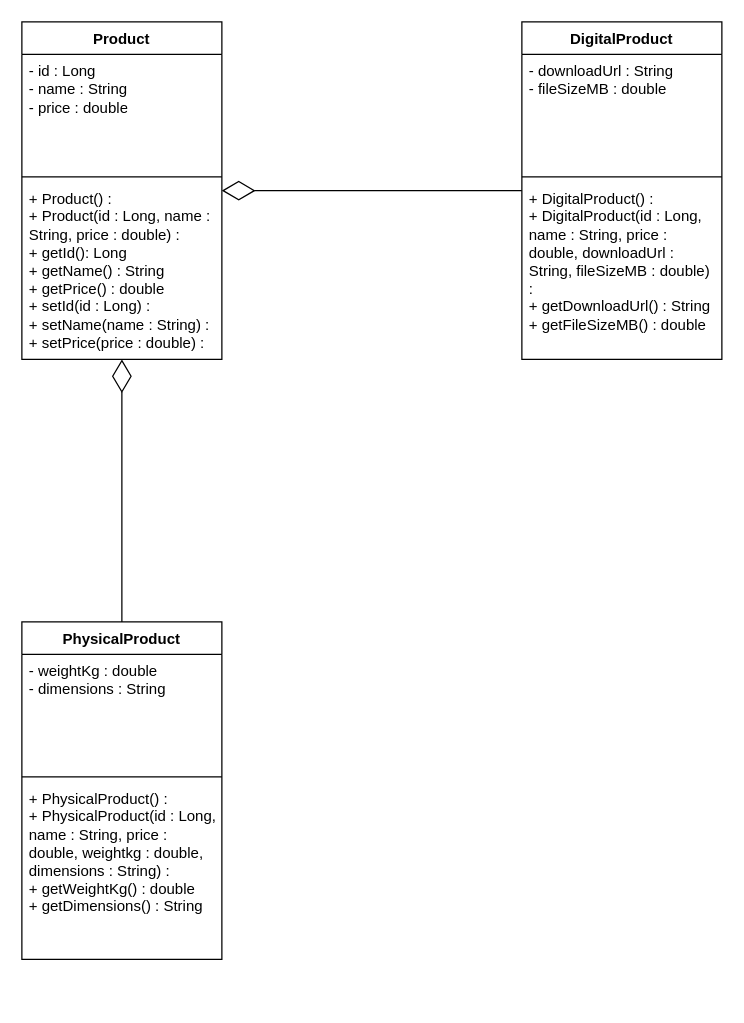
Earlier version of the draw.io diagram docs/uml/Product-Hierarchy.drawio (dnihs/oop-tutorials). Source tidied: cells renumbered, new cells numbered last; positions are measured from the earlier drawing's top-left corner, leaving out a move shared by most shapes. Both pictures are drawn from the tidied source at 125%, with x=0, y=0 at pixel (21, 21).
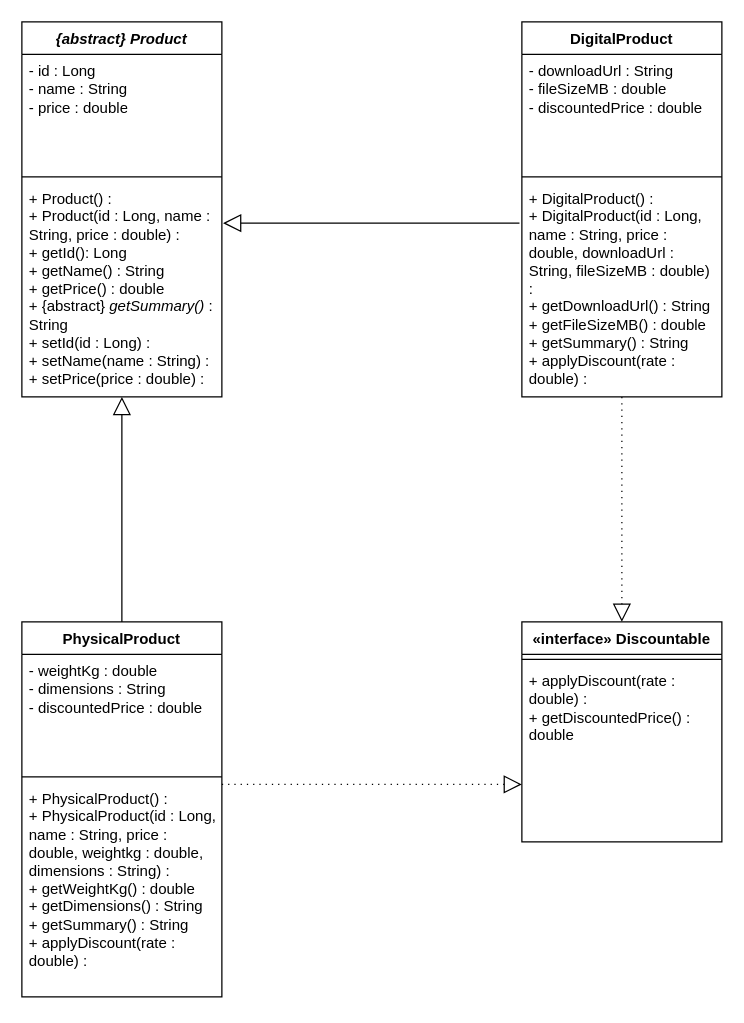
After the change.

Commit message:
Activity 6 - Update the UML Diagram and tutorial 5: polymorphism - getSummary override and Discountable interface completed

Diff of the diagram source:
```diff
@@
-    <mxCell id="2" value="Product" style="swimlane;fontStyle=1;align=center;verticalAlign=top;horizontal=1;startSize=26;whiteSpace=wrap;html=1;" parent="1" vertex="1">
-      <mxGeometry width="160" height="270" as="geometry" />
+    <mxCell id="2" value="&lt;i&gt;{abstract} Product&lt;/i&gt;" style="swimlane;fontStyle=1;align=center;verticalAlign=top;horizontal=1;startSize=26;whiteSpace=wrap;html=1;" parent="1" vertex="1">
+      <mxGeometry width="160" height="300" as="geometry" />
     </mxCell>
@@
-    <mxCell id="5" value="+ Product() :&lt;div&gt;+ Product(id : Long, name : String, price : double) :&lt;br&gt;&lt;div&gt;+ getId(): Long&lt;/div&gt;&lt;div&gt;+ getName() : String&amp;nbsp;&lt;/div&gt;&lt;div&gt;+ getPrice() : double&lt;/div&gt;&lt;/div&gt;&lt;div&gt;+ setId(id : Long) :&amp;nbsp;&lt;/div&gt;&lt;div&gt;+ setName(name : String) :&amp;nbsp;&lt;/div&gt;&lt;div&gt;+ setPrice(price : double) :&amp;nbsp;&lt;/div&gt;&lt;div&gt;&lt;/div&gt;&lt;div&gt;&lt;/div&gt;&lt;div&gt;&lt;/div&gt;&lt;div&gt;&lt;/div&gt;&lt;div&gt;&lt;/div&gt;&lt;div&gt;&lt;/div&gt;&lt;div&gt;&lt;/div&gt;&lt;div&gt;&lt;/div&gt;" style="text;strokeColor=none;fillColor=none;align=left;verticalAlign=top;spacingLeft=4;spacingRight=4;overflow=hidden;points=[[0,0.5],[1,0.5]];portConstraint=eastwest;whiteSpace=wrap;html=1;" parent="2" vertex="1">
-      <mxGeometry y="128" width="160" height="142" as="geometry" />
+    <mxCell id="5" value="+ Product() :&lt;div&gt;+ Product(id : Long, name : String, price : double) :&lt;br&gt;&lt;div&gt;+ getId(): Long&lt;/div&gt;&lt;div&gt;+ getName() : String&amp;nbsp;&lt;/div&gt;&lt;div&gt;+ getPrice() : double&lt;/div&gt;&lt;/div&gt;&lt;div&gt;+ {abstract} &lt;i&gt;getSummary()&lt;/i&gt; : String&lt;/div&gt;&lt;div&gt;+ setId(id : Long) :&amp;nbsp;&lt;/div&gt;&lt;div&gt;+ setName(name : String) :&amp;nbsp;&lt;/div&gt;&lt;div&gt;+ setPrice(price : double) :&amp;nbsp;&lt;/div&gt;&lt;div&gt;&lt;/div&gt;&lt;div&gt;&lt;/div&gt;&lt;div&gt;&lt;/div&gt;&lt;div&gt;&lt;/div&gt;&lt;div&gt;&lt;/div&gt;&lt;div&gt;&lt;/div&gt;&lt;div&gt;&lt;/div&gt;&lt;div&gt;&lt;/div&gt;" style="text;strokeColor=none;fillColor=none;align=left;verticalAlign=top;spacingLeft=4;spacingRight=4;overflow=hidden;points=[[0,0.5],[1,0.5]];portConstraint=eastwest;whiteSpace=wrap;html=1;" parent="2" vertex="1">
+      <mxGeometry y="128" width="160" height="172" as="geometry" />
     </mxCell>
     <mxCell id="6" value="DigitalProduct" style="swimlane;fontStyle=1;align=center;verticalAlign=top;horizontal=1;startSize=26;whiteSpace=wrap;html=1;" parent="1" vertex="1">
-      <mxGeometry x="400" width="160" height="270" as="geometry" />
+      <mxGeometry x="400" width="160" height="300" as="geometry" />
     </mxCell>
-    <mxCell id="7" value="&lt;div&gt;- downloadUrl : String&lt;/div&gt;&lt;div&gt;- fileSizeMB : double&lt;/div&gt;" style="text;strokeColor=none;fillColor=none;align=left;verticalAlign=top;spacingLeft=4;spacingRight=4;overflow=hidden;whiteSpace=wrap;html=1;" parent="6" vertex="1">
+    <mxCell id="7" value="&lt;div&gt;- downloadUrl : String&lt;/div&gt;&lt;div&gt;- fileSizeMB : double&lt;/div&gt;&lt;div&gt;- discountedPrice : double&lt;/div&gt;" style="text;strokeColor=none;fillColor=none;align=left;verticalAlign=top;spacingLeft=4;spacingRight=4;overflow=hidden;whiteSpace=wrap;html=1;" parent="6" vertex="1">
       <mxGeometry y="26" width="160" height="94" as="geometry" />
     </mxCell>
@@
-    <mxCell id="9" value="+ DigitalProduct() :&amp;nbsp;&lt;br&gt;+ DigitalProduct(id : Long, name : String, price : double, downloadUrl : String, fileSizeMB : double) :&amp;nbsp;&lt;div&gt;+ getDownloadUrl() : String&lt;/div&gt;&lt;div&gt;+ getFileSizeMB() : double&lt;/div&gt;" style="text;strokeColor=none;fillColor=none;align=left;verticalAlign=top;spacingLeft=4;spacingRight=4;overflow=hidden;points=[[0,0.5],[1,0.5]];portConstraint=eastwest;whiteSpace=wrap;html=1;" parent="6" vertex="1">
-      <mxGeometry y="128" width="160" height="142" as="geometry" />
+    <mxCell id="9" value="+ DigitalProduct() :&amp;nbsp;&lt;br&gt;+ DigitalProduct(id : Long, name : String, price : double, downloadUrl : String, fileSizeMB : double) :&amp;nbsp;&lt;div&gt;+ getDownloadUrl() : String&lt;/div&gt;&lt;div&gt;+ getFileSizeMB() : double&lt;/div&gt;&lt;div&gt;+ getSummary() : String&lt;br&gt;+ applyDiscount(rate : double) :&amp;nbsp;&lt;/div&gt;" style="text;strokeColor=none;fillColor=none;align=left;verticalAlign=top;spacingLeft=4;spacingRight=4;overflow=hidden;points=[[0,0.5],[1,0.5]];portConstraint=eastwest;whiteSpace=wrap;html=1;" parent="6" vertex="1">
+      <mxGeometry y="128" width="160" height="172" as="geometry" />
     </mxCell>
-    <mxCell id="10" style="endArrow=diamondThin;endFill=0;endSize=24;html=1;rounded=0;exitX=0;exitY=0.5;exitDx=0;exitDy=0;entryX=1;entryY=0.5;entryDx=0;entryDy=0;" parent="1" edge="1" source="6" target="2">
-      <mxGeometry relative="1" as="geometry" />
-    </mxCell>
-    <mxCell id="11" style="endArrow=diamondThin;endFill=0;endSize=24;html=1;rounded=0;entryX=0.5;entryY=1;entryDx=0;entryDy=0;" parent="1" edge="1" target="2">
+    <mxCell id="11" style="endArrow=block;endFill=0;endSize=12;html=1;rounded=0;entryX=0.5;entryY=1;entryDx=0;entryDy=0;" parent="1" edge="1" target="2">
       <mxGeometry relative="1" as="geometry">
         <mxPoint x="80" y="480" as="sourcePoint" />
       </mxGeometry>
     </mxCell>
     <mxCell id="12" value="PhysicalProduct" style="swimlane;fontStyle=1;align=center;verticalAlign=top;horizontal=1;startSize=26;whiteSpace=wrap;html=1;" parent="1" vertex="1">
-      <mxGeometry y="480" width="160" height="270" as="geometry" />
+      <mxGeometry y="480" width="160" height="300" as="geometry" />
     </mxCell>
-    <mxCell id="13" value="&lt;div&gt;- weightKg : double&lt;/div&gt;&lt;div&gt;- dimensions : String&lt;/div&gt;" style="text;strokeColor=none;fillColor=none;align=left;verticalAlign=top;spacingLeft=4;spacingRight=4;overflow=hidden;whiteSpace=wrap;html=1;" parent="12" vertex="1">
+    <mxCell id="13" value="&lt;div&gt;- weightKg : double&lt;/div&gt;&lt;div&gt;- dimensions : String&lt;/div&gt;&lt;div&gt;- discountedPrice : double&lt;/div&gt;" style="text;strokeColor=none;fillColor=none;align=left;verticalAlign=top;spacingLeft=4;spacingRight=4;overflow=hidden;whiteSpace=wrap;html=1;" parent="12" vertex="1">
       <mxGeometry y="26" width="160" height="94" as="geometry" />
     </mxCell>
@@
-    <mxCell id="15" value="+ PhysicalProduct() :&lt;div&gt;+ PhysicalProduct(&lt;span style=&quot;background-color: transparent; color: light-dark(rgb(0, 0, 0), rgb(255, 255, 255));&quot;&gt;id : Long, name : String, price : double, weightkg : double, dimensions : String&lt;/span&gt;&lt;span style=&quot;background-color: transparent; color: light-dark(rgb(0, 0, 0), rgb(255, 255, 255));&quot;&gt;) :&amp;nbsp;&lt;/span&gt;&lt;/div&gt;&lt;div&gt;&lt;span style=&quot;background-color: transparent; color: light-dark(rgb(0, 0, 0), rgb(255, 255, 255));&quot;&gt;+ getWeightKg() : double&lt;/span&gt;&lt;/div&gt;&lt;div&gt;&lt;span style=&quot;background-color: transparent; color: light-dark(rgb(0, 0, 0), rgb(255, 255, 255));&quot;&gt;+ getDimensions() : String&lt;/span&gt;&lt;/div&gt;" style="text;strokeColor=none;fillColor=none;align=left;verticalAlign=top;spacingLeft=4;spacingRight=4;overflow=hidden;whiteSpace=wrap;html=1;" parent="12" vertex="1">
-      <mxGeometry y="128" width="160" height="142" as="geometry" />
+    <mxCell id="15" value="+ PhysicalProduct() :&lt;div&gt;+ PhysicalProduct(&lt;span style=&quot;background-color: transparent; color: light-dark(rgb(0, 0, 0), rgb(255, 255, 255));&quot;&gt;id : Long, name : String, price : double, weightkg : double, dimensions : String&lt;/span&gt;&lt;span style=&quot;background-color: transparent; color: light-dark(rgb(0, 0, 0), rgb(255, 255, 255));&quot;&gt;) :&amp;nbsp;&lt;/span&gt;&lt;/div&gt;&lt;div&gt;&lt;span style=&quot;background-color: transparent; color: light-dark(rgb(0, 0, 0), rgb(255, 255, 255));&quot;&gt;+ getWeightKg() : double&lt;/span&gt;&lt;/div&gt;&lt;div&gt;&lt;span style=&quot;background-color: transparent; color: light-dark(rgb(0, 0, 0), rgb(255, 255, 255));&quot;&gt;+ getDimensions() : String&lt;/span&gt;&lt;/div&gt;&lt;div&gt;+ getSummary() : String&lt;br/&gt;+ applyDiscount(rate : double) :&amp;nbsp;&lt;span style=&quot;background-color: transparent; color: light-dark(rgb(0, 0, 0), rgb(255, 255, 255));&quot;&gt;&lt;/span&gt;&lt;/div&gt;" style="text;strokeColor=none;fillColor=none;align=left;verticalAlign=top;spacingLeft=4;spacingRight=4;overflow=hidden;whiteSpace=wrap;html=1;" parent="12" vertex="1">
+      <mxGeometry y="128" width="160" height="172" as="geometry" />
     </mxCell>
+    <mxCell id="16" value="«interface»&amp;nbsp;&lt;span style=&quot;background-color: transparent; color: light-dark(#000000, var(--ge-light-color, #ffffff));&quot;&gt;Discountable&lt;/span&gt;" style="swimlane;fontStyle=1;align=center;verticalAlign=top;horizontal=1;startSize=26;whiteSpace=wrap;html=1;" parent="1" vertex="1">
+      <mxGeometry x="400" y="480" width="160" height="176" as="geometry" />
+    </mxCell>
+    <mxCell id="17" style="line;strokeWidth=1;fillColor=none;align=left;verticalAlign=middle;spacingTop=-1;spacingLeft=3;spacingRight=3;labelPosition=right;strokeColor=inherit;" parent="16" vertex="1">
+      <mxGeometry y="26" width="160" height="8" as="geometry" />
+    </mxCell>
+    <mxCell id="18" value="&lt;div&gt;+ applyDiscount(rate : double) :&amp;nbsp;&lt;/div&gt;&lt;div&gt;+ getDiscountedPrice() : double&lt;/div&gt;&lt;div&gt;&lt;/div&gt;&lt;div&gt;&lt;/div&gt;&lt;div&gt;&lt;/div&gt;&lt;div&gt;&lt;/div&gt;&lt;div&gt;&lt;/div&gt;&lt;div&gt;&lt;/div&gt;&lt;div&gt;&lt;/div&gt;&lt;div&gt;&lt;/div&gt;" style="text;strokeColor=none;fillColor=none;align=left;verticalAlign=top;spacingLeft=4;spacingRight=4;overflow=hidden;whiteSpace=wrap;html=1;" parent="16" vertex="1">
+      <mxGeometry y="34" width="160" height="142" as="geometry" />
+    </mxCell>
+    <mxCell id="19" style="endArrow=block;dashed=1;endFill=0;endSize=12;html=1;rounded=0;dashPattern=1 4;" parent="1" edge="1">
+      <mxGeometry relative="1" as="geometry">
+        <mxPoint x="160" y="610" as="sourcePoint" />
+        <mxPoint x="400" y="610" as="targetPoint" />
+      </mxGeometry>
+    </mxCell>
+    <mxCell id="20" style="endArrow=block;dashed=1;endFill=0;endSize=12;html=1;rounded=0;exitX=0.5;exitY=1;exitDx=0;exitDy=0;entryX=0.5;entryY=0;entryDx=0;entryDy=0;dashPattern=1 4;" parent="1" edge="1" source="6" target="16">
+      <mxGeometry relative="1" as="geometry" />
+    </mxCell>
+    <mxCell id="21" style="endArrow=block;endFill=0;endSize=12;html=1;rounded=0;entryX=1.006;entryY=0.192;entryDx=0;entryDy=0;entryPerimeter=0;exitX=-0.012;exitY=0.192;exitDx=0;exitDy=0;exitPerimeter=0;" parent="1" edge="1" source="9" target="5">
+      <mxGeometry relative="1" as="geometry" />
+    </mxCell>
```
